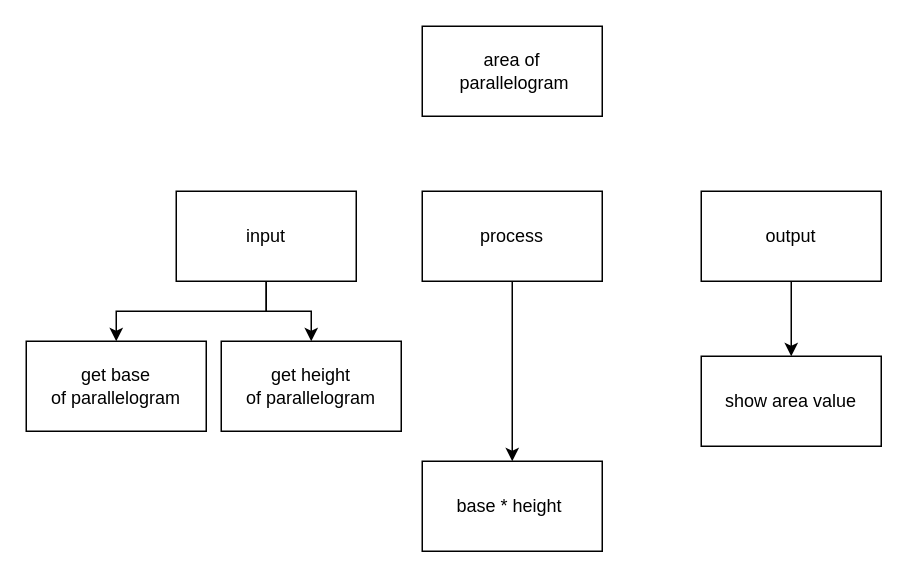
Above: top-down.drawio in mohammedal-ess/ICS3U-Assignment6-python (draw.io), before the change. Source tidied: cells renumbered, new cells numbered last; positions are measured from the earlier drawing's top-left corner, leaving out a move shared by most shapes. Both pictures are drawn from the tidied source at 150%, with x=0, y=0 at pixel (26, 26).
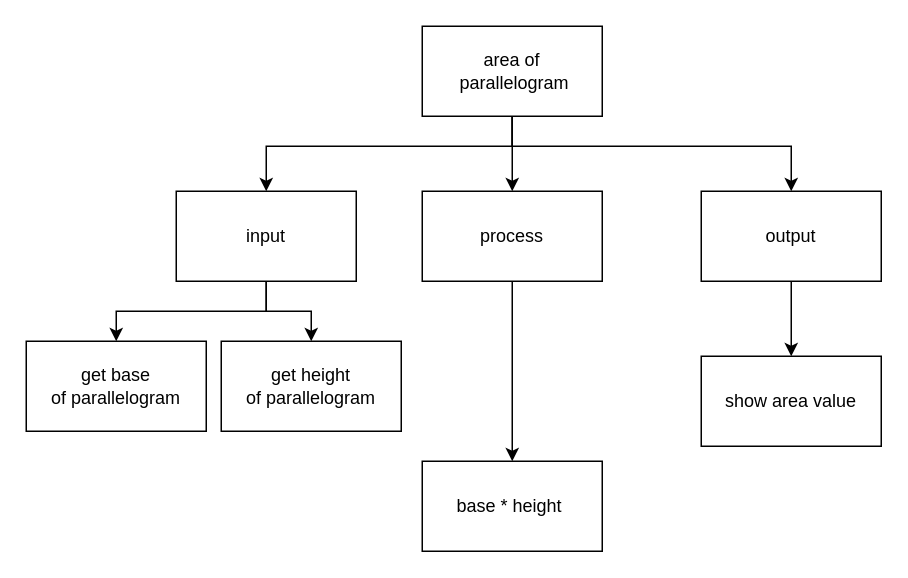
The same diagram, later.

Commit message:
add top-down

Unchanged cells that the change refers to:
```xml
<mxCell id="2" value="area of&lt;br&gt;&amp;nbsp;parallelogram" style="rounded=0;whiteSpace=wrap;html=1;" parent="1" vertex="1">
  <mxGeometry x="264" width="120" height="60" as="geometry" />
</mxCell>
<mxCell id="5" value="input" style="rounded=0;whiteSpace=wrap;html=1;" parent="1" vertex="1">
  <mxGeometry x="100" y="110" width="120" height="60" as="geometry" />
</mxCell>
<mxCell id="7" value="process" style="rounded=0;whiteSpace=wrap;html=1;" parent="1" vertex="1">
  <mxGeometry x="264" y="110" width="120" height="60" as="geometry" />
</mxCell>
<mxCell id="9" value="output" style="rounded=0;whiteSpace=wrap;html=1;" parent="1" vertex="1">
  <mxGeometry x="450" y="110" width="120" height="60" as="geometry" />
</mxCell>
```

What changed in the source:
```diff
@@
+    <mxCell id="14" style="edgeStyle=orthogonalEdgeStyle;rounded=0;html=1;" parent="1" edge="1" source="2" target="9">
+      <mxGeometry relative="1" as="geometry">
+        <Array as="points">
+          <mxPoint x="324" y="80" />
+          <mxPoint x="510" y="80" />
+        </Array>
+      </mxGeometry>
+    </mxCell>
+    <mxCell id="15" style="edgeStyle=orthogonalEdgeStyle;rounded=0;html=1;" parent="1" edge="1" source="2" target="5">
+      <mxGeometry relative="1" as="geometry">
+        <Array as="points">
+          <mxPoint x="324" y="80" />
+          <mxPoint x="160" y="80" />
+        </Array>
+      </mxGeometry>
+    </mxCell>
+    <mxCell id="16" style="edgeStyle=orthogonalEdgeStyle;rounded=0;html=1;" parent="1" edge="1" source="2" target="7">
+      <mxGeometry relative="1" as="geometry" />
+    </mxCell>
```
